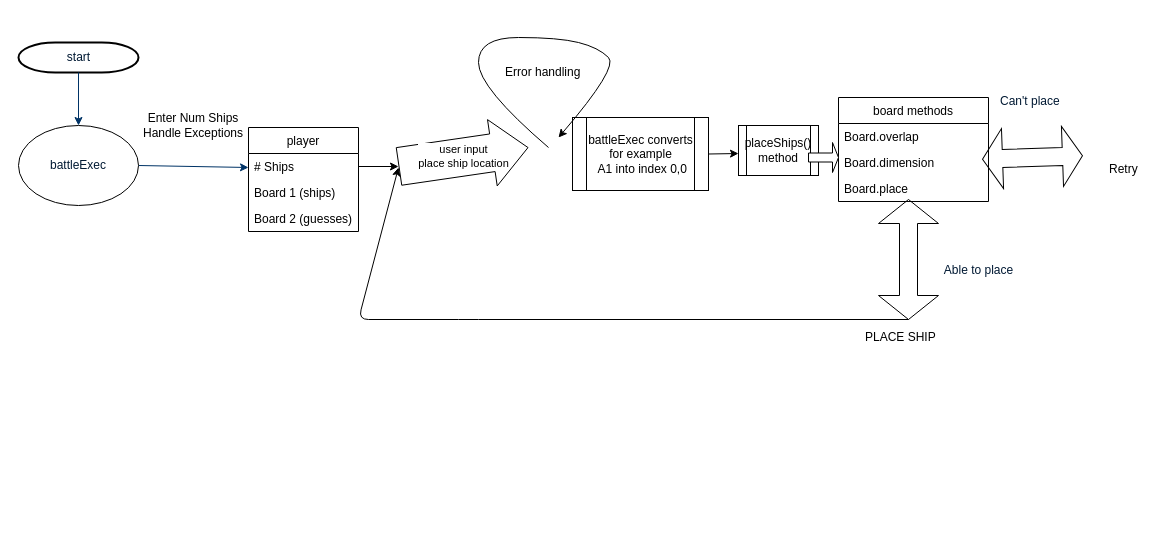
The draw.io diagram 448BattleshipFlow.drawio in mefelsen/Battleship, before the edit. Source tidied: cells renumbered, new cells numbered last; positions are measured from the earlier drawing's top-left corner, leaving out a move shared by most shapes. Both pictures are drawn from the tidied source at 100%, with x=0, y=0 at pixel (18, 37).
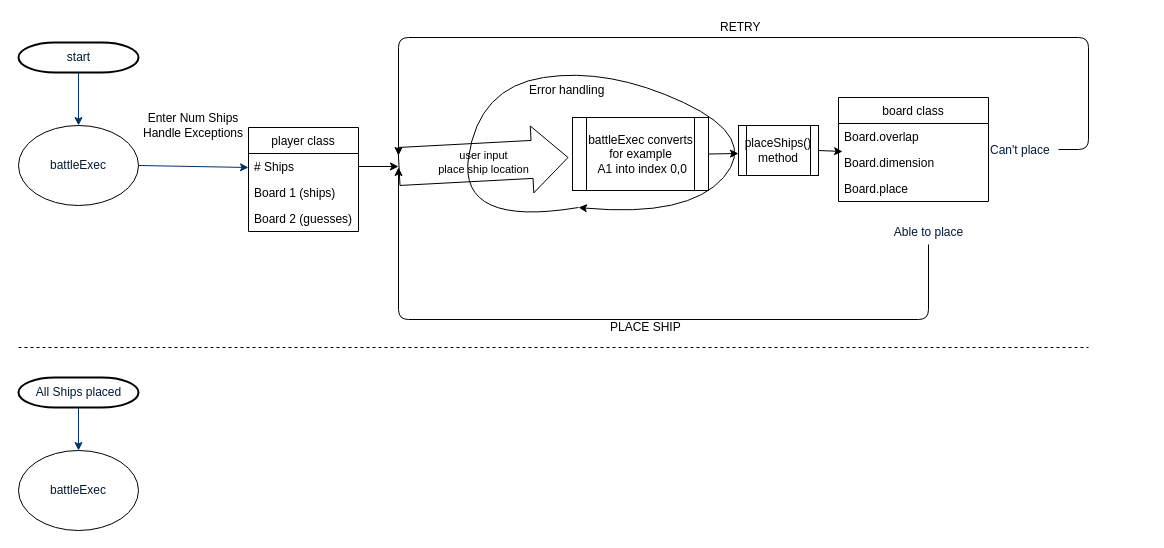
The same diagram, later.

Unchanged cells that the change refers to:
```xml
<mxCell id="20" value="Board.dimension" style="text;strokeColor=none;fillColor=none;align=left;verticalAlign=top;spacingLeft=4;spacingRight=4;overflow=hidden;points=[[0,0.5],[1,0.5]];portConstraint=eastwest;" parent="18" vertex="1">
  <mxGeometry y="52" width="150" height="26" as="geometry" />
</mxCell>
<mxCell id="26" value="placeShips()&lt;br&gt;method" style="shape=process;whiteSpace=wrap;html=1;backgroundOutline=1;" parent="1" vertex="1">
  <mxGeometry x="720" y="88" width="80" height="50" as="geometry" />
</mxCell>
```

What changed in the source:
```diff
@@
     <mxCell id="5" value="Can't place" style="text;fontColor=#001933;fontStyle=0;html=1;strokeColor=none;gradientColor=none;fillColor=none;strokeWidth=2;" parent="1" vertex="1">
-      <mxGeometry x="980" y="50" width="70" height="26" as="geometry" />
+      <mxGeometry x="970" y="99" width="70" height="26" as="geometry" />
     </mxCell>
     <mxCell id="6" value="Able to place" style="text;fontColor=#001933;fontStyle=0;html=1;strokeColor=none;gradientColor=none;fillColor=none;strokeWidth=2;align=center;" parent="1" vertex="1">
-      <mxGeometry x="940" y="219" width="40" height="26" as="geometry" />
+      <mxGeometry x="890" y="181" width="40" height="26" as="geometry" />
     </mxCell>
@@
     <mxCell id="9" value="user input &lt;br&gt;place ship location" style="shape=flexArrow;endArrow=classic;html=1;endWidth=28;endSize=11.67;width=38;" parent="1" edge="1">
       <mxGeometry relative="1" as="geometry">
         <mxPoint x="380" y="129" as="sourcePoint" />
-        <mxPoint x="510" y="110" as="targetPoint" />
+        <mxPoint x="550" y="120" as="targetPoint" />
       </mxGeometry>
     </mxCell>
-    <mxCell id="10" value="player" style="swimlane;fontStyle=0;horizontal=1;startSize=26;fillColor=none;" parent="1" vertex="1">
+    <mxCell id="10" value="player class" style="swimlane;fontStyle=0;horizontal=1;startSize=26;fillColor=none;" parent="1" vertex="1">
       <mxGeometry x="230" y="90" width="110" height="104" as="geometry" />
     </mxCell>
@@
     <mxCell id="14" value="PLACE SHIP" style="text;html=1;align=left;verticalAlign=top;spacingTop=-4;" parent="1" vertex="1">
-      <mxGeometry x="845" y="290" width="90" height="20" as="geometry" />
+      <mxGeometry x="590" y="280" width="90" height="20" as="geometry" />
     </mxCell>
-    <mxCell id="15" style="shape=doubleArrow;whiteSpace=wrap;html=1;rotation=-90;" parent="1" vertex="1">
-      <mxGeometry x="830" y="192" width="120" height="60" as="geometry" />
-    </mxCell>
-    <mxCell id="16" style="shape=doubleArrow;whiteSpace=wrap;html=1;rotation=178;" parent="1" vertex="1">
-      <mxGeometry x="964" y="90" width="100" height="60" as="geometry" />
-    </mxCell>
     <mxCell id="17" value="Error handling" style="text;html=1;align=left;verticalAlign=top;spacingTop=-4;" parent="1" vertex="1">
-      <mxGeometry x="485" y="25" width="90" height="20" as="geometry" />
+      <mxGeometry x="509" y="43" width="90" height="20" as="geometry" />
     </mxCell>
-    <mxCell id="18" value="board methods" style="swimlane;fontStyle=0;horizontal=1;startSize=26;fillColor=none;" parent="1" vertex="1">
+    <mxCell id="18" value="board class" style="swimlane;fontStyle=0;horizontal=1;startSize=26;fillColor=none;" parent="1" vertex="1">
       <mxGeometry x="820" y="60" width="150" height="104" as="geometry" />
     </mxCell>
@@
-    <mxCell id="23" value="Retry" style="text;html=1;align=left;verticalAlign=top;spacingTop=-4;" parent="1" vertex="1">
-      <mxGeometry x="1089" y="122" width="40" height="20" as="geometry" />
+    <mxCell id="23" value="RETRY&lt;br&gt;" style="text;html=1;align=left;verticalAlign=top;spacingTop=-4;" parent="1" vertex="1">
+      <mxGeometry x="700" y="-20" width="60" height="20" as="geometry" />
     </mxCell>
     <mxCell id="24" style="curved=1;endArrow=classic;html=1;" parent="1" edge="1">
       <mxGeometry relative="1" as="geometry">
-        <mxPoint x="530" y="110" as="sourcePoint" />
-        <mxPoint x="540" y="100" as="targetPoint" />
+        <mxPoint x="560" y="170" as="sourcePoint" />
+        <mxPoint x="560" y="170" as="targetPoint" />
         <Array as="points">
+          <mxPoint x="440" y="190" />
           <mxPoint x="460" y="50" />
-          <mxPoint x="460" />
-          <mxPoint x="540" />
-          <mxPoint x="580" y="10" />
-          <mxPoint x="600" y="30" />
+          <mxPoint x="590" y="30" />
+          <mxPoint x="740" y="100" />
+          <mxPoint x="670" y="180" />
         </Array>
       </mxGeometry>
     </mxCell>
@@
-    <mxCell id="27" style="endArrow=classic;html=1;exitX=0;exitY=0.5;exitDx=0;exitDy=0;exitPerimeter=0;" parent="1" edge="1" source="15">
+    <mxCell id="27" style="endArrow=classic;html=1;exitX=0.5;exitY=1;exitDx=0;exitDy=0;" parent="1" edge="1" source="6">
       <mxGeometry relative="1" as="geometry">
         <mxPoint x="380" y="130" as="targetPoint" />
         <Array as="points">
-          <mxPoint x="450" y="282" />
-          <mxPoint x="340" y="282" />
+          <mxPoint x="910" y="282" />
+          <mxPoint x="380" y="282" />
         </Array>
       </mxGeometry>
     </mxCell>
@@
-    <mxCell id="29" style="shape=singleArrow;whiteSpace=wrap;html=1;" parent="1" vertex="1">
-      <mxGeometry x="790" y="105" width="30" height="30" as="geometry" />
-    </mxCell>
+    <mxCell id="30" style="endArrow=none;dashed=1;html=1;" parent="1" edge="1">
+      <mxGeometry relative="1" as="geometry">
+        <mxPoint y="310" as="sourcePoint" />
+        <mxPoint x="1070" y="310" as="targetPoint" />
+      </mxGeometry>
+    </mxCell>
+    <mxCell id="31" value="All Ships placed" style="shape=mxgraph.flowchart.terminator;fillColor=#FFFFFF;strokeColor=#000000;strokeWidth=2;gradientColor=none;gradientDirection=north;fontColor=#001933;fontStyle=0;html=1;" parent="1" vertex="1">
+      <mxGeometry y="340" width="120" height="30" as="geometry" />
+    </mxCell>
+    <mxCell id="32" value="&lt;span style=&quot;color: rgb(0 , 25 , 51)&quot;&gt;battleExec&lt;/span&gt;" style="ellipse;whiteSpace=wrap;html=1;" parent="1" vertex="1">
+      <mxGeometry y="413" width="120" height="80" as="geometry" />
+    </mxCell>
+    <mxCell id="33" style="fontColor=#001933;fontStyle=1;strokeColor=#003366;strokeWidth=1;html=1;exitX=0.5;exitY=1;exitDx=0;exitDy=0;exitPerimeter=0;entryX=0.5;entryY=0;entryDx=0;entryDy=0;" parent="1" edge="1" source="31" target="32">
+      <mxGeometry relative="1" as="geometry" />
+    </mxCell>
+    <mxCell id="34" style="endArrow=classic;html=1;exitX=1;exitY=0.5;exitDx=0;exitDy=0;" parent="1" edge="1" source="5">
+      <mxGeometry relative="1" as="geometry">
+        <mxPoint x="380" y="118" as="targetPoint" />
+        <Array as="points">
+          <mxPoint x="1070" y="112" />
+          <mxPoint x="1070" />
+          <mxPoint x="380" />
+        </Array>
+      </mxGeometry>
+    </mxCell>
+    <mxCell id="35" style="endArrow=classic;html=1;exitX=1;exitY=0.5;exitDx=0;exitDy=0;entryX=0.027;entryY=0.077;entryDx=0;entryDy=0;entryPerimeter=0;" parent="1" edge="1" source="26" target="20">
+      <mxGeometry relative="1" as="geometry" />
+    </mxCell>
```
